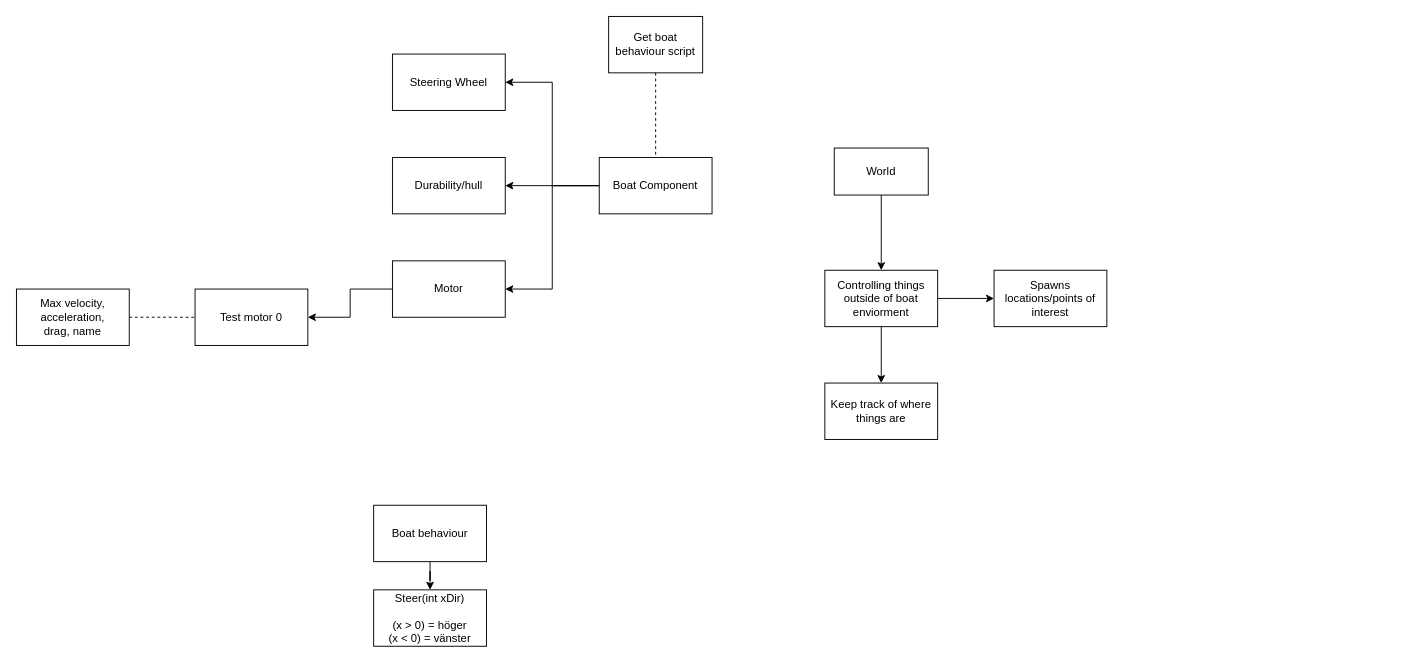
The draw.io diagram CargoScriptDiagram.drawio in Valerifesta/CargoVrGame, before the edit. Source tidied: cells renumbered, new cells numbered last; positions are measured from the earlier drawing's top-left corner, leaving out a move shared by most shapes. Both pictures are drawn from the tidied source at 94%, with x=0, y=0 at pixel (16, 16).
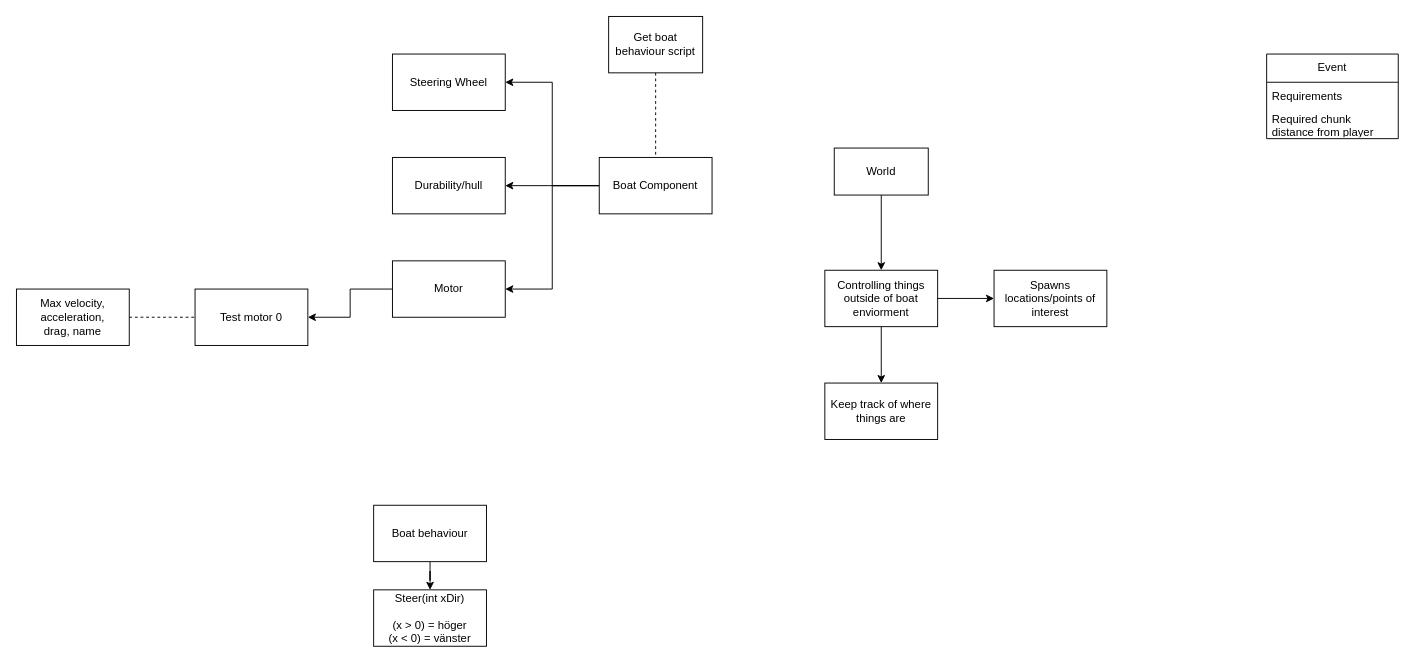
Above is the later version.

The edit, as a diff of the source:
```diff
@@
+    <mxCell id="25" value="Event" style="swimlane;fontStyle=0;horizontal=1;startSize=30;whiteSpace=wrap;html=1;" parent="1" vertex="1">
+      <mxGeometry x="1330" y="40" width="140" height="90" as="geometry" />
+    </mxCell>
+    <mxCell id="26" value="Requirements" style="text;strokeColor=none;fillColor=none;align=left;verticalAlign=middle;spacingLeft=4;spacingRight=4;overflow=hidden;whiteSpace=wrap;html=1;" parent="25" vertex="1">
+      <mxGeometry y="30" width="140" height="30" as="geometry" />
+    </mxCell>
+    <mxCell id="27" value="Required chunk distance from player" style="text;strokeColor=none;fillColor=none;align=left;verticalAlign=middle;spacingLeft=4;spacingRight=4;overflow=hidden;whiteSpace=wrap;html=1;" parent="25" vertex="1">
+      <mxGeometry y="60" width="140" height="30" as="geometry" />
+    </mxCell>
```
